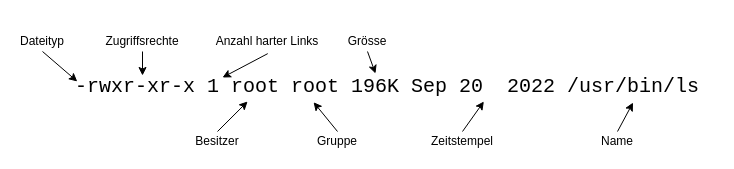
Above: images/file-metadata.de.drawio in wiemerc/linux-course (draw.io), before the change. Source tidied: cells renumbered, new cells numbered last; positions are measured from the earlier drawing's top-left corner, leaving out a move shared by most shapes. Both pictures are drawn from the tidied source at 100%, with x=0, y=0 at pixel (17, 31).
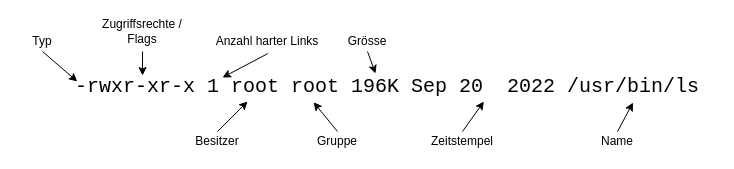
Above is the later version.

Diff of the diagram source:
```diff
@@
-    <mxCell id="3" value="Dateityp" style="text;html=1;align=center;verticalAlign=middle;whiteSpace=wrap;rounded=0;" parent="1" vertex="1">
+    <mxCell id="3" value="Typ" style="text;html=1;align=center;verticalAlign=middle;whiteSpace=wrap;rounded=0;" parent="1" vertex="1">
       <mxGeometry width="50" height="20" as="geometry" />
     </mxCell>
@@
-    <mxCell id="10" value="Zugriffsrechte" style="text;html=1;align=center;verticalAlign=middle;whiteSpace=wrap;rounded=0;" parent="1" vertex="1">
-      <mxGeometry x="80" width="90" height="20" as="geometry" />
+    <mxCell id="10" value="Zugriffsrechte / Flags" style="text;html=1;align=center;verticalAlign=middle;whiteSpace=wrap;rounded=0;" parent="1" vertex="1">
+      <mxGeometry x="80" y="-10" width="90" height="20" as="geometry" />
     </mxCell>
@@
-    <mxCell id="12" style="endArrow=classic;html=1;rounded=0;exitX=0.5;exitY=1;exitDx=0;exitDy=0;" parent="1" edge="1" source="10">
+    <mxCell id="12" style="endArrow=classic;html=1;rounded=0;" parent="1" edge="1">
       <mxGeometry relative="1" as="geometry">
+        <mxPoint x="125" y="20" as="sourcePoint" />
         <mxPoint x="125" y="44" as="targetPoint" />
       </mxGeometry>
     </mxCell>
```
